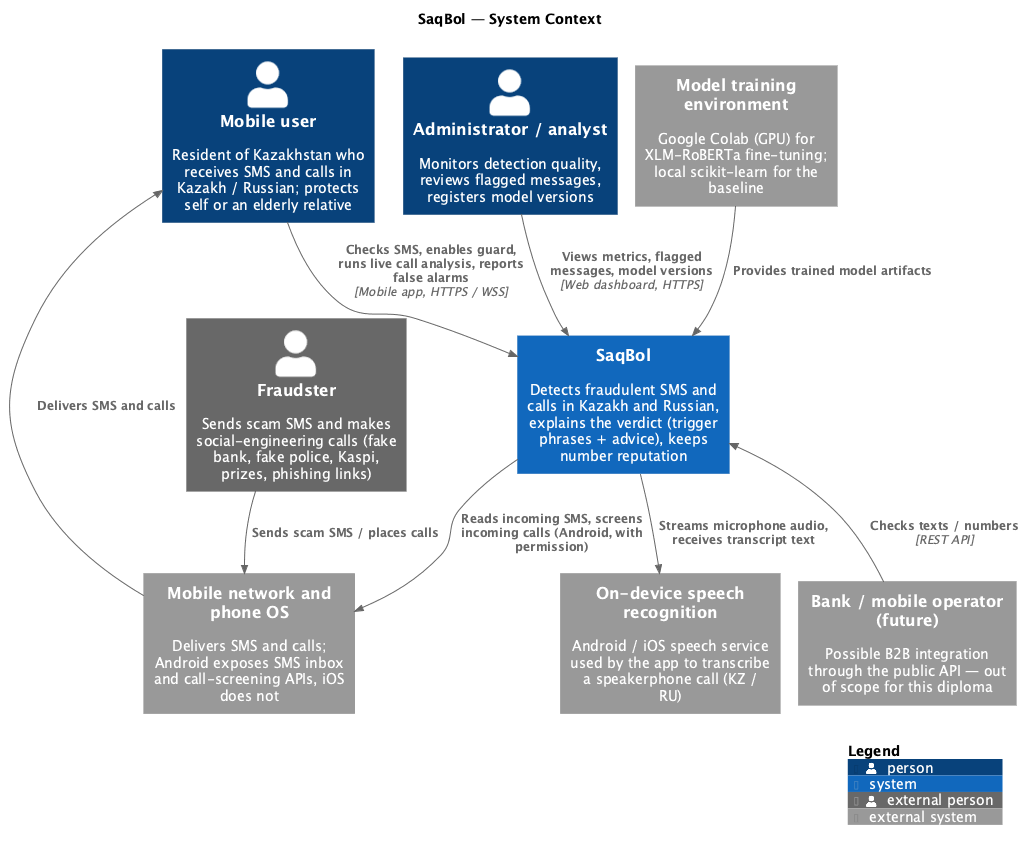
DanialMyrzatayevMuratovich/saqbol keeps this PlantUML diagram as diagrams/export/system-context.png. Above is the earlier version.
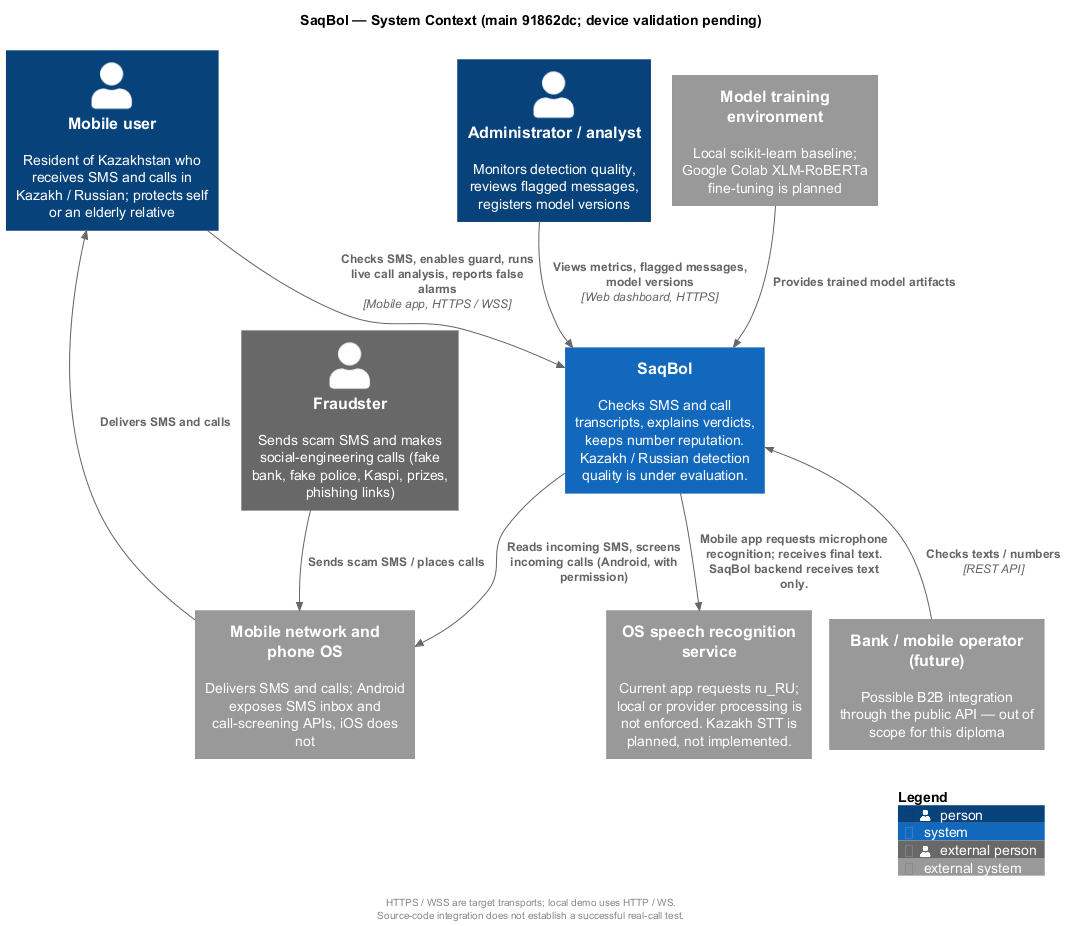
Above is the later version.

What changed in the source:
```diff
@@ -3,17 +3,17 @@
 !include <C4/C4_Context>
 
 LAYOUT_TOP_DOWN()
-title SaqBol — System Context
+title SaqBol — System Context (main 91862dc; device validation pending)
 
 Person(user, "Mobile user", "Resident of Kazakhstan who receives SMS and calls in Kazakh / Russian; protects self or an elderly relative")
 Person(admin, "Administrator / analyst", "Monitors detection quality, reviews flagged messages, registers model versions")
 Person_Ext(fraudster, "Fraudster", "Sends scam SMS and makes social-engineering calls (fake bank, fake police, Kaspi, prizes, phishing links)")
 
-System(saqbol, "SaqBol", "Detects fraudulent SMS and calls in Kazakh and Russian, explains the verdict (trigger phrases + advice), keeps number reputation")
+System(saqbol, "SaqBol", "Checks SMS and call transcripts, explains verdicts, keeps number reputation. Kazakh / Russian detection quality is under evaluation.")
 
 System_Ext(telecom, "Mobile network and phone OS", "Delivers SMS and calls; Android exposes SMS inbox and call-screening APIs, iOS does not")
-System_Ext(stt, "On-device speech recognition", "Android / iOS speech service used by the app to transcribe a speakerphone call (KZ / RU)")
-System_Ext(training, "Model training environment", "Google Colab (GPU) for XLM-RoBERTa fine-tuning; local scikit-learn for the baseline")
+System_Ext(stt, "OS speech recognition service", "Current app requests ru_RU; local or provider processing is not enforced. Kazakh STT is planned, not implemented.")
+System_Ext(training, "Model training environment", "Local scikit-learn baseline; Google Colab XLM-RoBERTa fine-tuning is planned")
 System_Ext(b2b, "Bank / mobile operator (future)", "Possible B2B integration through the public API — out of scope for this diploma")
 
 Rel(fraudster, telecom, "Sends scam SMS / places calls")
@@ -21,9 +21,13 @@
 Rel(user, saqbol, "Checks SMS, enables guard, runs live call analysis, reports false alarms", "Mobile app, HTTPS / WSS")
 Rel(admin, saqbol, "Views metrics, flagged messages, model versions", "Web dashboard, HTTPS")
 Rel(saqbol, telecom, "Reads incoming SMS, screens incoming calls (Android, with permission)")
-Rel(saqbol, stt, "Streams microphone audio, receives transcript text")
+Rel(saqbol, stt, "Mobile app requests microphone recognition; receives final text. SaqBol backend receives text only.")
 Rel(training, saqbol, "Provides trained model artifacts")
 Rel_U(b2b, saqbol, "Checks texts / numbers", "REST API")
 
 SHOW_LEGEND()
+footer
+  HTTPS / WSS are target transports; local demo uses HTTP / WS.
+  Source-code integration does not establish a successful real-call test.
+endfooter
 @enduml
```
